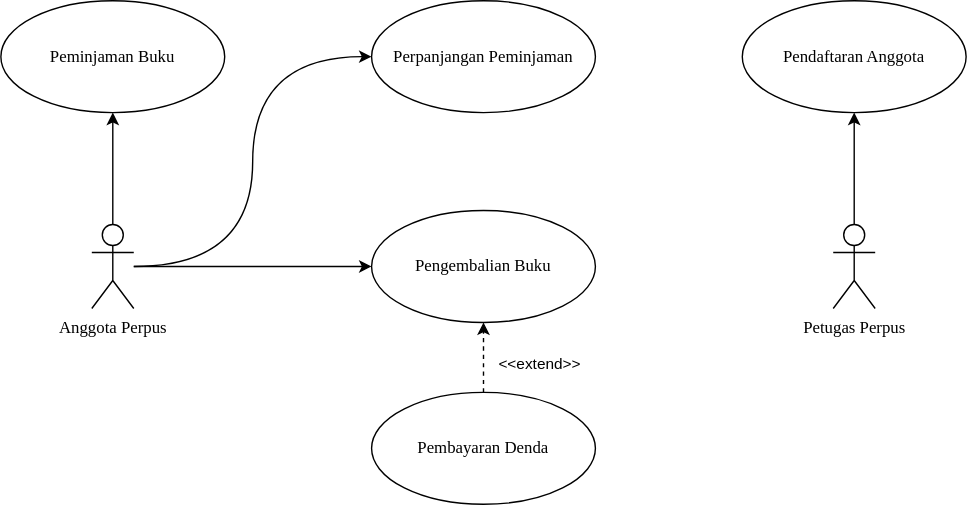
This is diagram-sisfo-perpustakaan-tubes-adbo.drawio.svg from fauzan-radji/diagrams, a draw.io export, as it was before one commit. Source tidied: cells renumbered, new cells last; positions are measured from the earlier drawing's top-left corner, leaving out a move shared by most shapes. The source it was exported from:
```xml
<mxGraphModel>
  <root>
    <mxCell id="0" />
    <mxCell id="1" parent="0" />
    <mxCell id="2" value="Peminjaman Buku" style="ellipse;whiteSpace=wrap;html=1;fontFamily=Montserrat;fontSource=https%3A%2F%2Ffonts.googleapis.com%2Fcss%3Ffamily%3DMontserrat;rounded=1;" parent="1" vertex="1">
      <mxGeometry width="160" height="80" as="geometry" />
    </mxCell>
    <mxCell id="3" value="Pendaftaran Anggota" style="ellipse;whiteSpace=wrap;html=1;fontFamily=Montserrat;fontSource=https%3A%2F%2Ffonts.googleapis.com%2Fcss%3Ffamily%3DMontserrat;rounded=1;" parent="1" vertex="1">
      <mxGeometry x="530" width="160" height="80" as="geometry" />
    </mxCell>
    <mxCell id="4" value="Pengembalian Buku" style="ellipse;whiteSpace=wrap;html=1;fontFamily=Montserrat;fontSource=https%3A%2F%2Ffonts.googleapis.com%2Fcss%3Ffamily%3DMontserrat;rounded=1;" parent="1" vertex="1">
      <mxGeometry x="265" y="150" width="160" height="80" as="geometry" />
    </mxCell>
    <mxCell id="5" style="edgeStyle=orthogonalEdgeStyle;rounded=1;jettySize=auto;html=1;entryX=0;entryY=0.5;entryDx=0;entryDy=0;curved=1;" parent="1" edge="1" source="8" target="4">
      <mxGeometry relative="1" as="geometry" />
    </mxCell>
    <mxCell id="6" style="edgeStyle=orthogonalEdgeStyle;rounded=1;jettySize=auto;html=1;curved=1;entryX=0;entryY=0.5;entryDx=0;entryDy=0;" parent="1" edge="1" source="8" target="11">
      <mxGeometry relative="1" as="geometry" />
    </mxCell>
    <mxCell id="7" style="edgeStyle=orthogonalEdgeStyle;shape=connector;curved=1;rounded=1;jettySize=auto;html=1;labelBackgroundColor=default;fontFamily=Helvetica;fontSize=11;fontColor=default;endArrow=classic;strokeColor=default;" parent="1" edge="1" source="8" target="2">
      <mxGeometry relative="1" as="geometry" />
    </mxCell>
    <mxCell id="8" value="Anggota Perpus" style="shape=umlActor;verticalLabelPosition=bottom;verticalAlign=top;html=1;fontFamily=Montserrat;fontSource=https%3A%2F%2Ffonts.googleapis.com%2Fcss%3Ffamily%3DMontserrat;rounded=1;" parent="1" vertex="1">
      <mxGeometry x="65" y="160" width="30" height="60" as="geometry" />
    </mxCell>
    <mxCell id="9" style="edgeStyle=orthogonalEdgeStyle;rounded=1;jettySize=auto;html=1;curved=1;" parent="1" edge="1" source="10" target="3">
      <mxGeometry relative="1" as="geometry" />
    </mxCell>
    <mxCell id="10" value="Petugas Perpus" style="shape=umlActor;verticalLabelPosition=bottom;verticalAlign=top;html=1;fontFamily=Montserrat;fontSource=https%3A%2F%2Ffonts.googleapis.com%2Fcss%3Ffamily%3DMontserrat;rounded=1;" parent="1" vertex="1">
      <mxGeometry x="595" y="160" width="30" height="60" as="geometry" />
    </mxCell>
    <mxCell id="11" value="Perpanjangan Peminjaman" style="ellipse;whiteSpace=wrap;html=1;fontFamily=Montserrat;fontSource=https%3A%2F%2Ffonts.googleapis.com%2Fcss%3Ffamily%3DMontserrat;rounded=1;" parent="1" vertex="1">
      <mxGeometry x="265" width="160" height="80" as="geometry" />
    </mxCell>
    <mxCell id="12" value="Pembayaran Denda" style="ellipse;whiteSpace=wrap;html=1;fontFamily=Montserrat;fontSource=https%3A%2F%2Ffonts.googleapis.com%2Fcss%3Ffamily%3DMontserrat;rounded=1;" parent="1" vertex="1">
      <mxGeometry x="265" y="280" width="160" height="80" as="geometry" />
    </mxCell>
    <mxCell id="13" value="&amp;lt;&amp;lt;extend&amp;gt;&amp;gt;" style="edgeStyle=none;html=1;startArrow=none;endArrow=classic;startSize=12;verticalAlign=middle;dashed=1;labelBackgroundColor=default;rounded=1;fontFamily=Helvetica;fontSize=11;fontColor=default;strokeColor=default;shape=connector;curved=1;elbow=horizontal;startFill=0;" parent="1" edge="1" source="12" target="4">
      <mxGeometry x="-0.2" y="-40" relative="1" as="geometry" />
    </mxCell>
  </root>
</mxGraphModel>
```
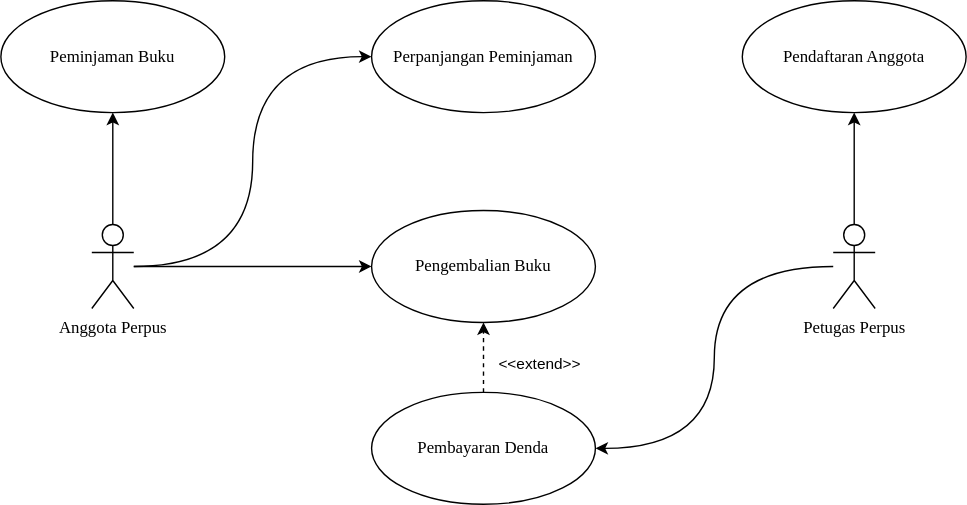
After the commit.

Commit message:
Update diagram-sisfo-perpustakaan-tubes-adbo.drawio.svg: update use case diiagram

The edit, as a diff of the source:
```diff
@@ -38,5 +38,8 @@
     <mxCell id="13" value="&amp;lt;&amp;lt;extend&amp;gt;&amp;gt;" style="edgeStyle=none;html=1;startArrow=none;endArrow=classic;startSize=12;verticalAlign=middle;dashed=1;labelBackgroundColor=default;rounded=1;fontFamily=Helvetica;fontSize=11;fontColor=default;strokeColor=default;shape=connector;curved=1;elbow=horizontal;startFill=0;" parent="1" edge="1" source="12" target="4">
       <mxGeometry x="-0.2" y="-40" relative="1" as="geometry" />
     </mxCell>
+    <mxCell id="14" style="edgeStyle=orthogonalEdgeStyle;rounded=1;jettySize=auto;html=1;curved=1;entryX=1;entryY=0.5;entryDx=0;entryDy=0;" parent="1" edge="1" source="10" target="12">
+      <mxGeometry relative="1" as="geometry" />
+    </mxCell>
   </root>
 </mxGraphModel>
```
